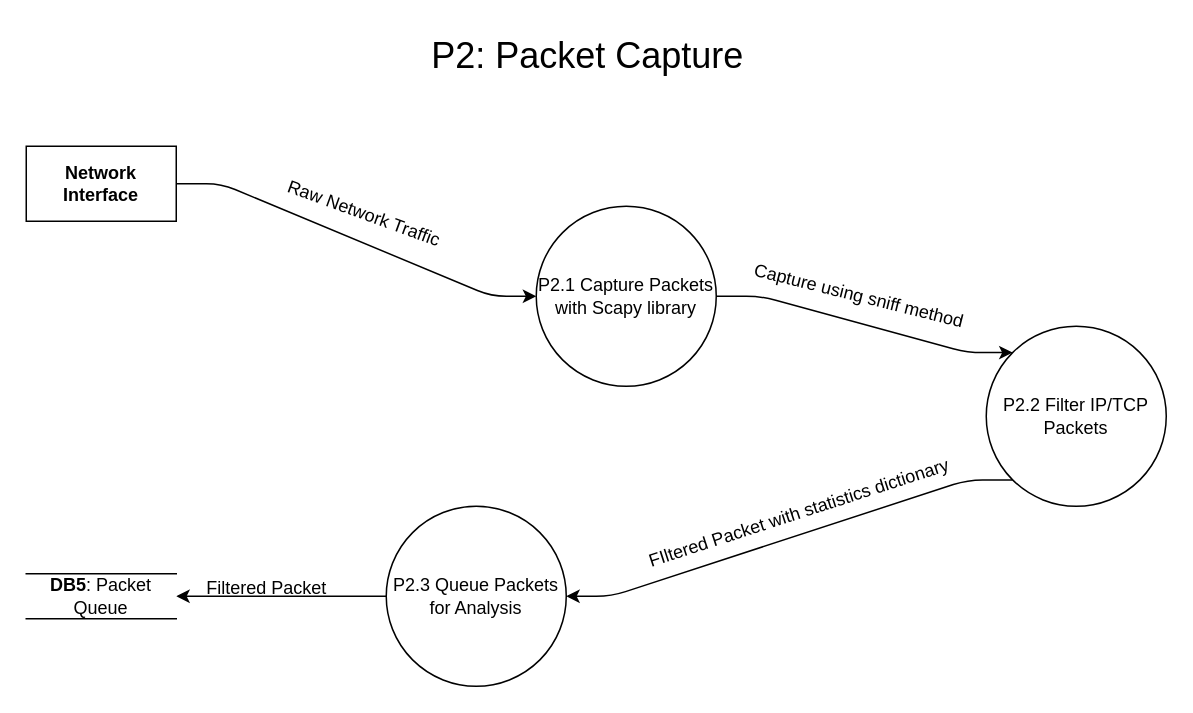
NatiG7/simple_intrusion_handling_system keeps this draw.io diagram as docs/diagrams/IDS_DFD1/PacketCaptureP2.drawio. Above is the earlier version. Source tidied: cells renumbered, new cells numbered last; positions are measured from the earlier drawing's top-left corner, leaving out a move shared by most shapes. Both pictures are drawn from the tidied source at 150%, with x=0, y=0 at pixel (26, 26).
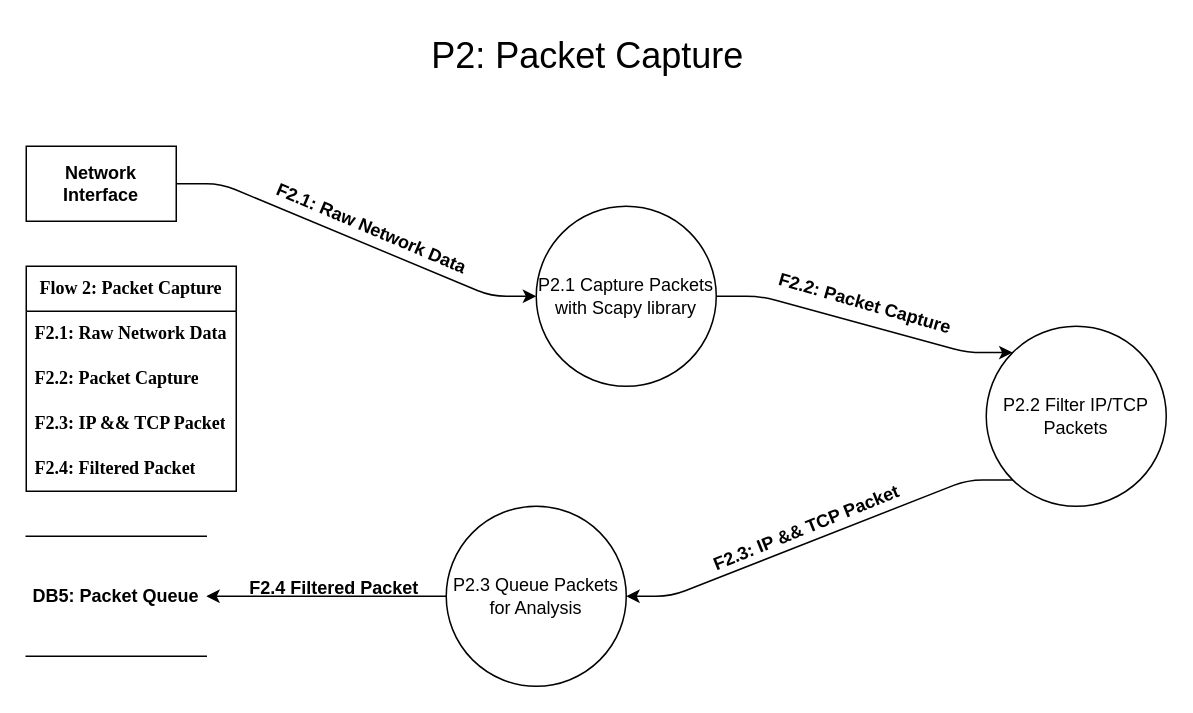
The same diagram, later.

The edit, as a diff of the source:
```diff
@@
-    <mxCell id="7" value="Raw Network Traffic" style="text;html=1;align=center;verticalAlign=middle;strokeColor=none;fillColor=none;rotation=20;" parent="1" vertex="1">
-      <mxGeometry x="160" y="110" width="130" height="30" as="geometry" />
-    </mxCell>
+    <mxCell id="16" value="F2.1: Raw Network Data" style="text;html=1;align=center;verticalAlign=middle;strokeColor=none;fillColor=none;rotation=23;fontStyle=1;" parent="1" vertex="1">
+      <mxGeometry x="155" y="120" width="150" height="30" as="geometry" />
+    </mxCell>
@@
-    <mxCell id="10" style="edgeStyle=none;html=1;entryX=1;entryY=0.5;entryDx=0;entryDy=0;" parent="1" edge="1" source="11" target="12">
-      <mxGeometry relative="1" as="geometry" />
-    </mxCell>
+    <mxCell id="17" style="edgeStyle=none;html=1;entryX=1;entryY=0.5;entryDx=0;entryDy=0;" parent="1" edge="1" source="11" target="26">
+      <mxGeometry relative="1" as="geometry" />
+    </mxCell>
     <mxCell id="11" value="P2.3 Queue Packets for Analysis" style="shape=ellipse;html=1;dashed=0;whiteSpace=wrap;perimeter=ellipsePerimeter;fontFamily=Helvetica;" parent="1" vertex="1">
-      <mxGeometry x="240" y="320" width="120" height="120" as="geometry" />
+      <mxGeometry x="280" y="320" width="120" height="120" as="geometry" />
     </mxCell>
-    <mxCell id="12" value="&lt;b&gt;DB5&lt;/b&gt;: Packet Queue" style="html=1;dashed=0;whiteSpace=wrap;shape=partialRectangle;right=0;left=0;" parent="1" vertex="1">
-      <mxGeometry y="365" width="100" height="30" as="geometry" />
-    </mxCell>
-    <mxCell id="13" value="Filtered Packet" style="text;html=1;align=center;verticalAlign=middle;strokeColor=none;fillColor=none;" parent="1" vertex="1">
-      <mxGeometry x="110" y="360" width="100" height="30" as="geometry" />
-    </mxCell>
-    <mxCell id="14" value="Capture using sniff method" style="text;html=1;align=center;verticalAlign=middle;strokeColor=none;fillColor=none;rotation=14;" parent="1" vertex="1">
-      <mxGeometry x="470" y="165" width="170" height="30" as="geometry" />
-    </mxCell>
-    <mxCell id="15" value="FIltered Packet with statistics dictionary" style="text;html=1;align=center;verticalAlign=middle;strokeColor=none;fillColor=none;rotation=342;" parent="1" vertex="1">
-      <mxGeometry x="400" y="310" width="230" height="30" as="geometry" />
-    </mxCell>
+    <mxCell id="18" value="F2.4 Filtered Packet" style="text;html=1;align=center;verticalAlign=middle;strokeColor=none;fillColor=none;fontStyle=1;" parent="1" vertex="1">
+      <mxGeometry x="140" y="360" width="130" height="30" as="geometry" />
+    </mxCell>
+    <mxCell id="19" value="F2.2: Packet Capture" style="text;html=1;align=center;verticalAlign=middle;strokeColor=none;fillColor=none;rotation=16;fontStyle=1;" parent="1" vertex="1">
+      <mxGeometry x="489" y="170" width="140" height="30" as="geometry" />
+    </mxCell>
+    <mxCell id="20" value="F2.3: IP &amp;amp;&amp;amp; TCP Packet" style="text;html=1;align=center;verticalAlign=middle;strokeColor=none;fillColor=none;rotation=-22;fontStyle=1;" parent="1" vertex="1">
+      <mxGeometry x="445" y="320" width="150" height="30" as="geometry" />
+    </mxCell>
+    <mxCell id="21" value="&lt;b&gt;Flow 2: Packet Capture&lt;/b&gt;" style="swimlane;fontStyle=0;horizontal=1;startSize=30;whiteSpace=wrap;html=1;fontFamily=Times New Roman;swimlaneFillColor=default;" parent="1" vertex="1">
+      <mxGeometry y="160" width="140" height="150" as="geometry" />
+    </mxCell>
+    <mxCell id="22" value="&lt;span&gt;F2.1: Raw Network Data&lt;/span&gt;" style="text;strokeColor=none;fillColor=none;align=left;verticalAlign=middle;spacingLeft=4;spacingRight=4;overflow=hidden;whiteSpace=wrap;html=1;fontFamily=Times New Roman;swimlaneFillColor=default;fontStyle=1;" parent="21" vertex="1">
+      <mxGeometry y="30" width="140" height="30" as="geometry" />
+    </mxCell>
+    <mxCell id="23" value="&lt;span&gt;F2.2: Packet Capture&lt;/span&gt;" style="text;strokeColor=none;fillColor=none;align=left;verticalAlign=middle;spacingLeft=4;spacingRight=4;overflow=hidden;whiteSpace=wrap;html=1;fontFamily=Times New Roman;swimlaneFillColor=default;fontStyle=1;" parent="21" vertex="1">
+      <mxGeometry y="60" width="140" height="30" as="geometry" />
+    </mxCell>
+    <mxCell id="24" value="&lt;span&gt;F2.3: IP &amp;amp;&amp;amp; TCP Packet&lt;/span&gt;" style="text;strokeColor=none;fillColor=none;align=left;verticalAlign=middle;spacingLeft=4;spacingRight=4;overflow=hidden;whiteSpace=wrap;html=1;fontFamily=Times New Roman;swimlaneFillColor=default;fontStyle=1;" parent="21" vertex="1">
+      <mxGeometry y="90" width="140" height="30" as="geometry" />
+    </mxCell>
+    <mxCell id="25" value="F2.4: Filtered Packet" style="text;strokeColor=none;fillColor=none;align=left;verticalAlign=middle;spacingLeft=4;spacingRight=4;overflow=hidden;whiteSpace=wrap;html=1;fontFamily=Times New Roman;swimlaneFillColor=default;fontStyle=1;" parent="21" vertex="1">
+      <mxGeometry y="120" width="140" height="30" as="geometry" />
+    </mxCell>
+    <mxCell id="26" value="&lt;b&gt;DB5: Packet Queue&lt;/b&gt;" style="html=1;dashed=0;whiteSpace=wrap;shape=partialRectangle;right=0;left=0;" parent="1" vertex="1">
+      <mxGeometry y="340" width="120" height="80" as="geometry" />
+    </mxCell>
```
